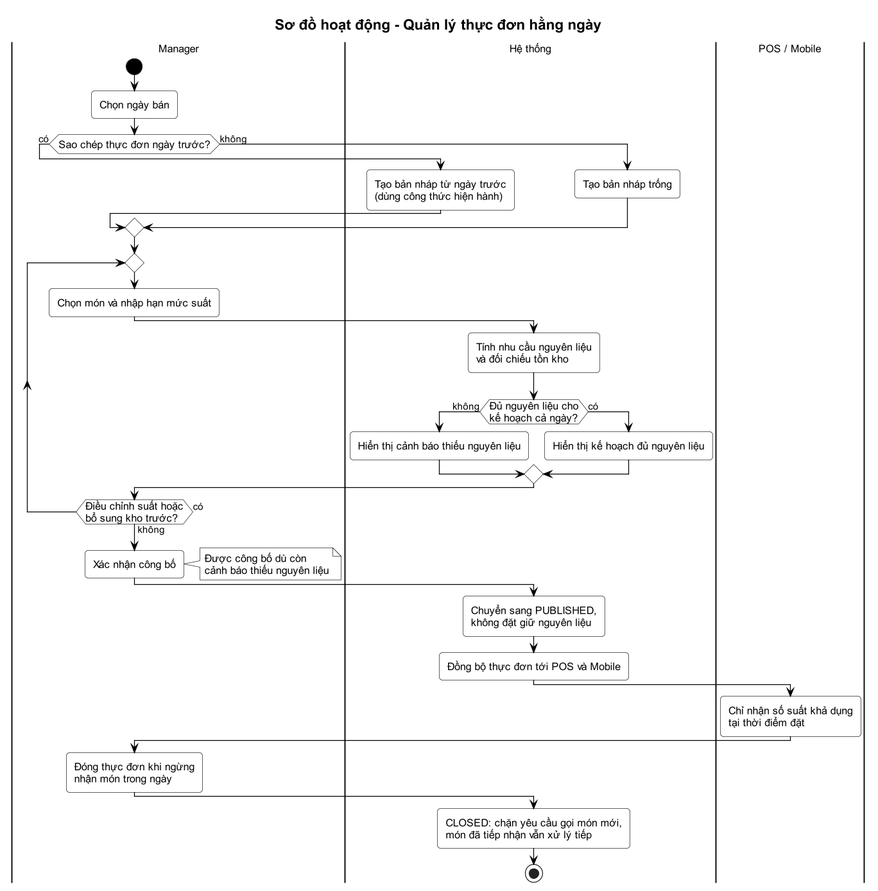
Before: docs/02-quan-ly-thuc-don/activity-3-thuc-don-ngay.png, a diagram exported from PlantUML (Anpham120/restaurant-management-system).
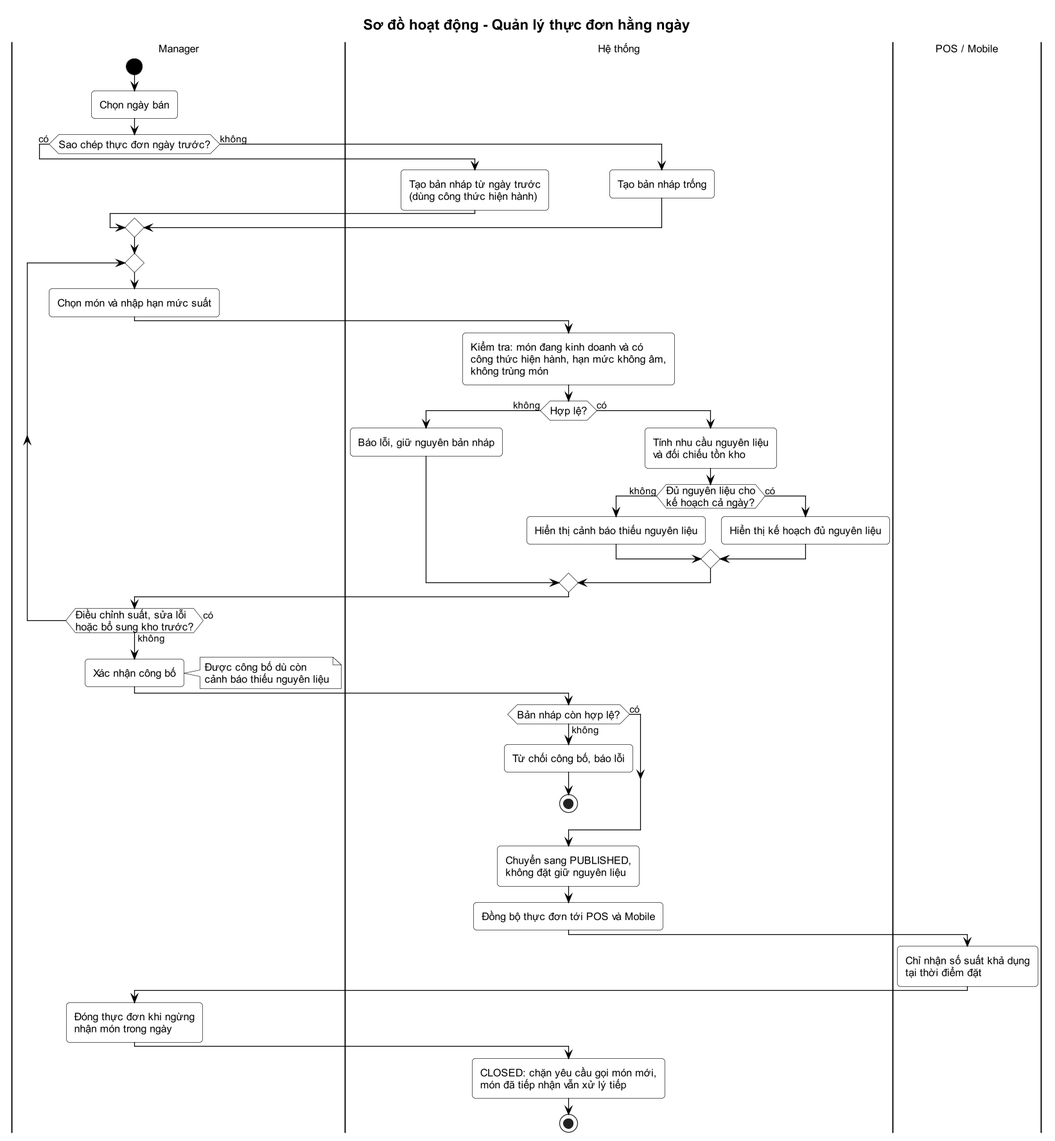
After the change.

The edit, as a diff of the source:
```diff
@@ -16,17 +16,27 @@
   |Manager|
   :Chọn món và nhập hạn mức suất;
   |Hệ thống|
-  :Tính nhu cầu nguyên liệu\nvà đối chiếu tồn kho;
-  if (Đủ nguyên liệu cho\nkế hoạch cả ngày?) then (không)
-    :Hiển thị cảnh báo thiếu nguyên liệu;
+  :Kiểm tra: món đang kinh doanh và có\ncông thức hiện hành, hạn mức không âm,\nkhông trùng món;
+  if (Hợp lệ?) then (không)
+    :Báo lỗi, giữ nguyên bản nháp;
   else (có)
-    :Hiển thị kế hoạch đủ nguyên liệu;
+    :Tính nhu cầu nguyên liệu\nvà đối chiếu tồn kho;
+    if (Đủ nguyên liệu cho\nkế hoạch cả ngày?) then (không)
+      :Hiển thị cảnh báo thiếu nguyên liệu;
+    else (có)
+      :Hiển thị kế hoạch đủ nguyên liệu;
+    endif
   endif
   |Manager|
-repeat while (Điều chỉnh suất hoặc\nbổ sung kho trước?) is (có) not (không)
+repeat while (Điều chỉnh suất, sửa lỗi\nhoặc bổ sung kho trước?) is (có) not (không)
 :Xác nhận công bố;
 note right: Được công bố dù còn\ncảnh báo thiếu nguyên liệu
 |Hệ thống|
+if (Bản nháp còn hợp lệ?) then (không)
+  :Từ chối công bố, báo lỗi;
+  stop
+else (có)
+endif
 :Chuyển sang PUBLISHED,\nkhông đặt giữ nguyên liệu;
 :Đồng bộ thực đơn tới POS và Mobile;
 |POS / Mobile|
```
